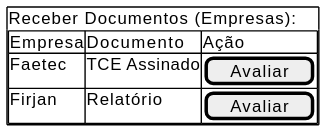
Projetos-de-Extensao/PBE_26.1_8002_III keeps this PlantUML diagram as docs/assets/Diagramas/out/tela_secretaria_empresa.svg. Above is the earlier version. Its diagram source:
```plantuml
@startsalt
{+
Receber Documentos (Empresas):
{#
Empresa | Documento | Ação
Faetec | TCE Assinado | [ Avaliar ]
Firjan | Relatório | [ Avaliar ]
}
}
@endsalt
```
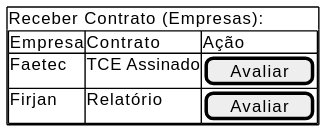
After the change.

Diff of the diagram source:
```diff
@@ -1,8 +1,8 @@
 @startsalt
 {+
-Receber Documentos (Empresas):
+Receber Contrato (Empresas):
 {#
-Empresa | Documento | Ação
+Empresa | Contrato | Ação
 Faetec | TCE Assinado | [ Avaliar ]
 Firjan | Relatório | [ Avaliar ]
 }
```
